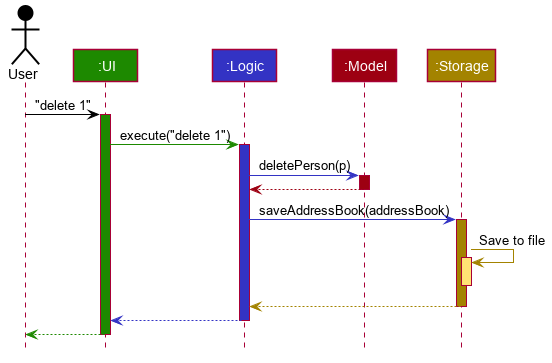
This is docs/images/ArchitectureSequenceDiagram.png from nus-cs2103-AY1920S1/addressbook-level3, a PlantUML export, as it was before one commit.
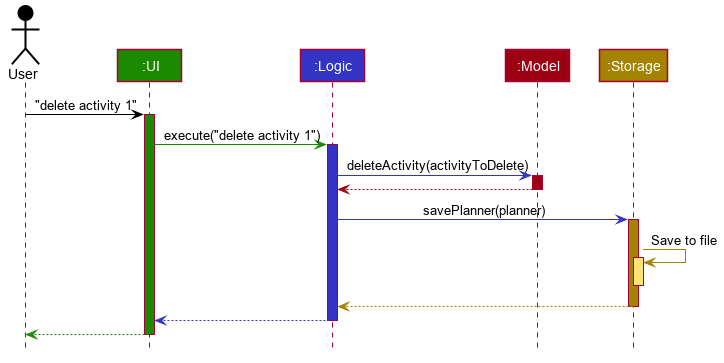
After the change.

Diff of the diagram source:
```diff
@@ -54,19 +54,19 @@
 Participant ":Model" as model #9D0012
 Participant ":Storage" as storage #A38300
 
-user -[#000000]> ui : "delete 1"
+user -[#000000]> ui : "delete activity 1"
 activate ui #1D8900
 
-ui -[#1D8900]> logic : execute("delete 1")
+ui -[#1D8900]> logic : execute("delete activity 1")
 activate logic #3333C4
 
-logic -[#3333C4]> model : deletePerson(p)
+logic -[#3333C4]> model : deleteActivity(activityToDelete)
 activate model #9D0012
 
 model -[#9D0012]-> logic
 deactivate model
 
-logic -[#3333C4]> storage : saveAddressBook(addressBook)
+logic -[#3333C4]> storage : savePlanner(planner)
 activate storage #A38300
 
 storage -[#A38300]> storage : Save to file
```
